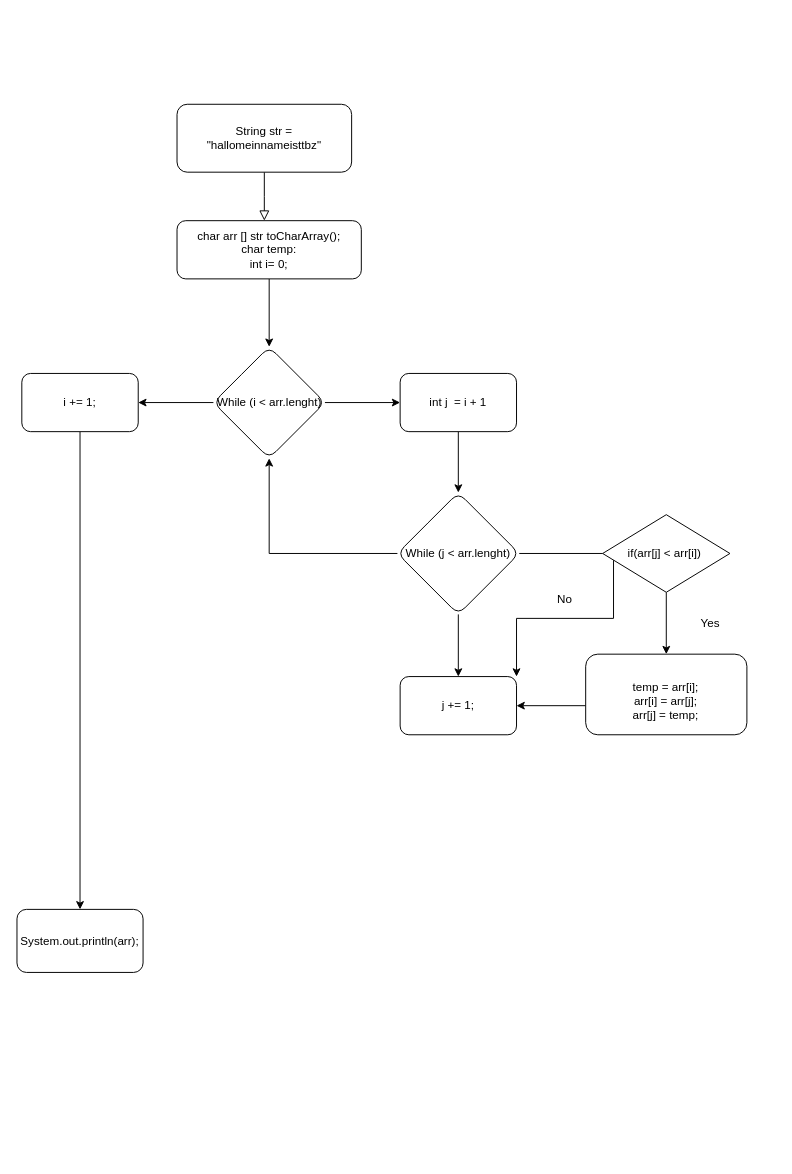
Before: KN-A3-SerieAa_KevinUndRobin-.drawio in KevinViZi/KevinZingg-Module, a draw.io diagram. Source tidied: cells renumbered, new cells numbered last; positions are measured from the earlier drawing's top-left corner, leaving out a move shared by most shapes. Both pictures are drawn from the tidied source at 97%, with x=0, y=0 at pixel (16, 104).
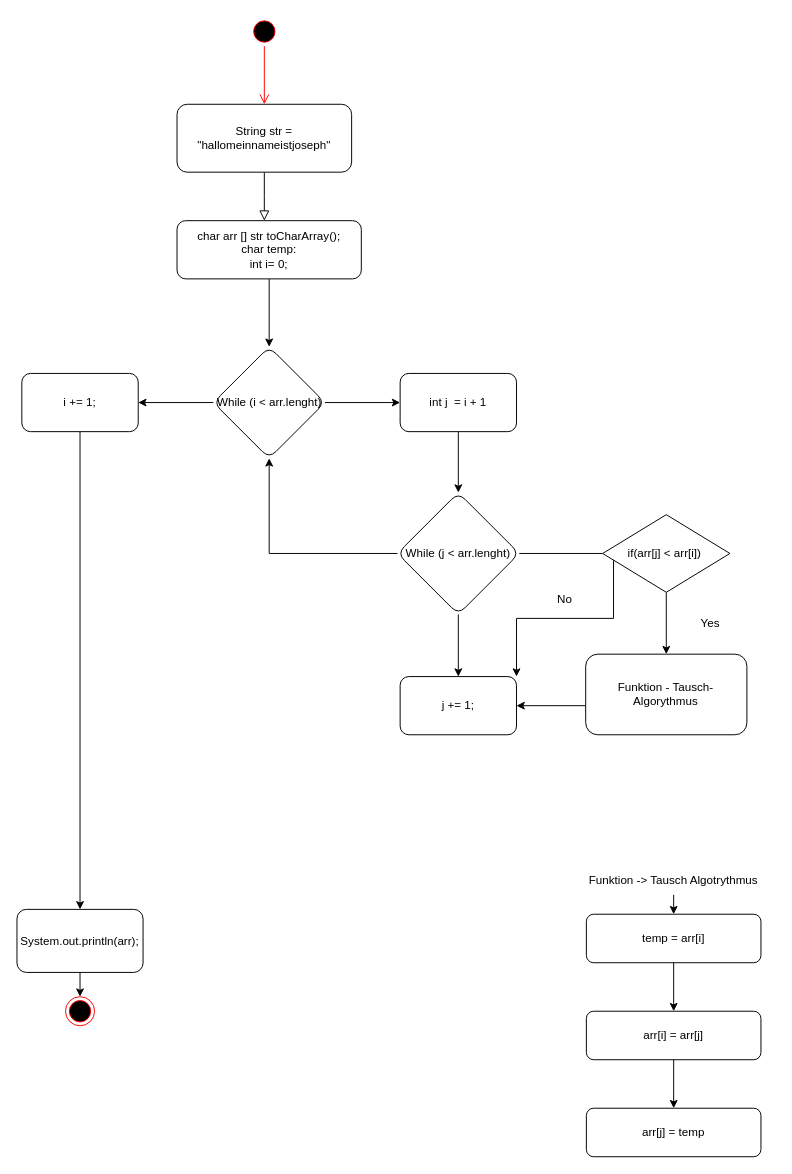
Above is the later version.

The change refers to these unchanged cells:
```xml
<mxCell id="20" value="System.out.println(arr);" style="rounded=1;whiteSpace=wrap;html=1;" parent="1" vertex="1">
  <mxGeometry y="830" width="130" height="65" as="geometry" />
</mxCell>
```

Change to the diagram source:
```diff
@@
-    <mxCell id="3" value="String str = &quot;hallomeinnameisttbz&quot;" style="rounded=1;whiteSpace=wrap;html=1;fontSize=12;glass=0;strokeWidth=1;shadow=0;" parent="1" vertex="1">
+    <mxCell id="3" value="String str = &quot;hallomeinnameistjoseph&quot;" style="rounded=1;whiteSpace=wrap;html=1;fontSize=12;glass=0;strokeWidth=1;shadow=0;" parent="1" vertex="1">
       <mxGeometry x="165" width="180" height="70" as="geometry" />
     </mxCell>
@@
-    <mxCell id="16" value="&lt;br&gt;temp = arr[i];&lt;br&gt;arr[i] = arr[j];&lt;br&gt;arr[j] = temp;&lt;br&gt;" style="whiteSpace=wrap;html=1;rounded=1;" parent="1" vertex="1">
+    <mxCell id="16" value="Funktion - Tausch-Algorythmus" style="whiteSpace=wrap;html=1;rounded=1;" parent="1" vertex="1">
       <mxGeometry x="586.3" y="566.9" width="166.2" height="83.1" as="geometry" />
     </mxCell>
@@
+    <mxCell id="26" style="edgeStyle=orthogonalEdgeStyle;rounded=0;jettySize=auto;html=1;exitX=0.5;exitY=1;exitDx=0;exitDy=0;entryX=0.5;entryY=0;entryDx=0;entryDy=0;" parent="1" edge="1" source="27" target="28">
+      <mxGeometry relative="1" as="geometry" />
+    </mxCell>
+    <mxCell id="27" value="Funktion -&amp;gt; Tausch Algotrythmus" style="text;html=1;strokeColor=none;fillColor=none;align=center;verticalAlign=middle;whiteSpace=wrap;rounded=0;" parent="1" vertex="1">
+      <mxGeometry x="572" y="785" width="210" height="30" as="geometry" />
+    </mxCell>
+    <mxCell id="28" value="temp = arr[i]" style="rounded=1;whiteSpace=wrap;html=1;" parent="1" vertex="1">
+      <mxGeometry x="587" y="835" width="180" height="50" as="geometry" />
+    </mxCell>
+    <mxCell id="29" value="&lt;span&gt;arr[i] = arr[j]&lt;/span&gt;" style="rounded=1;whiteSpace=wrap;html=1;" parent="1" vertex="1">
+      <mxGeometry x="587" y="935" width="180" height="50" as="geometry" />
+    </mxCell>
+    <mxCell id="30" value="&lt;span&gt;arr[j] = temp&lt;/span&gt;" style="rounded=1;whiteSpace=wrap;html=1;" parent="1" vertex="1">
+      <mxGeometry x="587" y="1035" width="180" height="50" as="geometry" />
+    </mxCell>
+    <mxCell id="31" style="endArrow=classic;html=1;rounded=0;entryX=0.5;entryY=0;entryDx=0;entryDy=0;exitX=0.5;exitY=1;exitDx=0;exitDy=0;" parent="1" edge="1" source="28" target="29">
+      <mxGeometry relative="1" as="geometry" />
+    </mxCell>
+    <mxCell id="32" style="endArrow=classic;html=1;rounded=0;exitX=0.5;exitY=1;exitDx=0;exitDy=0;" parent="1" edge="1" source="29">
+      <mxGeometry relative="1" as="geometry">
+        <mxPoint x="677" y="1035" as="targetPoint" />
+      </mxGeometry>
+    </mxCell>
+    <mxCell id="33" style="ellipse;html=1;shape=startState;fillColor=#000000;strokeColor=#ff0000;" parent="1" vertex="1">
+      <mxGeometry x="240" y="-90" width="30" height="30" as="geometry" />
+    </mxCell>
+    <mxCell id="34" style="edgeStyle=orthogonalEdgeStyle;html=1;verticalAlign=bottom;endArrow=open;endSize=8;strokeColor=#ff0000;rounded=0;" parent="1" edge="1" source="33">
+      <mxGeometry relative="1" as="geometry">
+        <mxPoint x="255" as="targetPoint" />
+      </mxGeometry>
+    </mxCell>
+    <mxCell id="35" style="ellipse;html=1;shape=endState;fillColor=#000000;strokeColor=#ff0000;" parent="1" vertex="1">
+      <mxGeometry x="50" y="920" width="30" height="30" as="geometry" />
+    </mxCell>
+    <mxCell id="36" style="endArrow=classic;html=1;rounded=0;exitX=0.5;exitY=1;exitDx=0;exitDy=0;entryX=0.5;entryY=0;entryDx=0;entryDy=0;" parent="1" edge="1" source="20" target="35">
+      <mxGeometry relative="1" as="geometry" />
+    </mxCell>
```
